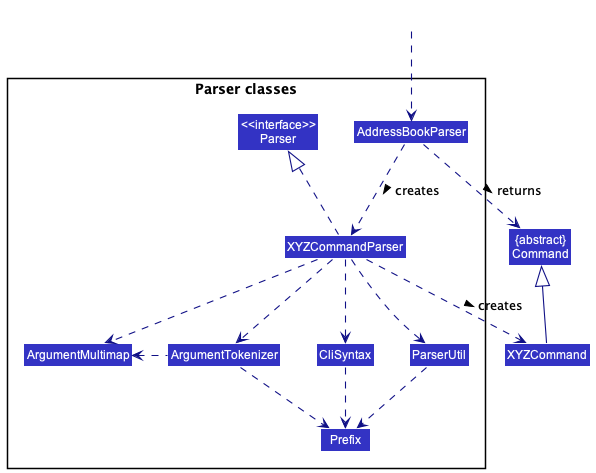
nus-cs2103-AY2223S1/tp keeps this PlantUML diagram as docs/images/ParserClasses.png. Above is the earlier version.
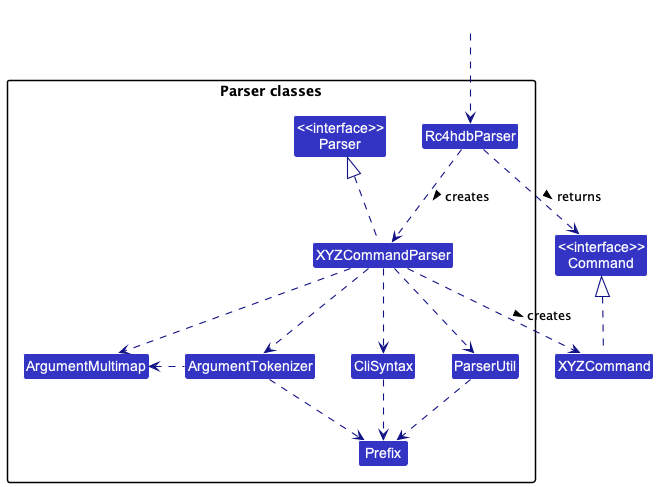
The same diagram one commit later.

What changed in the source:
```diff
@@ -4,12 +4,12 @@
 skinparam arrowColor LOGIC_COLOR_T4
 skinparam classBackgroundColor LOGIC_COLOR
 
-Class "{abstract}\nCommand" as Command
+Class "<<interface>>\nCommand" as Command
 Class XYZCommand
 
 package "Parser classes"{
 Class "<<interface>>\nParser" as Parser
-Class AddressBookParser
+Class Rc4hdbParser
 Class XYZCommandParser
 Class CliSyntax
 Class ParserUtil
@@ -19,12 +19,12 @@
 }
 
 Class HiddenOutside #FFFFFF
-HiddenOutside ..> AddressBookParser
+HiddenOutside ..> Rc4hdbParser
 
-AddressBookParser .down.> XYZCommandParser: creates >
+Rc4hdbParser .down.> XYZCommandParser: creates >
 
 XYZCommandParser ..> XYZCommand : creates >
-AddressBookParser ..> Command : returns >
+Rc4hdbParser ..> Command : returns >
 XYZCommandParser .up.|> Parser
 XYZCommandParser ..> ArgumentMultimap
 XYZCommandParser ..> ArgumentTokenizer
@@ -34,5 +34,5 @@
 XYZCommandParser ..> ParserUtil
 ParserUtil .down.> Prefix
 ArgumentTokenizer .down.> Prefix
-XYZCommand -up-|> Command
+XYZCommand .up.|> Command
 @enduml
```
